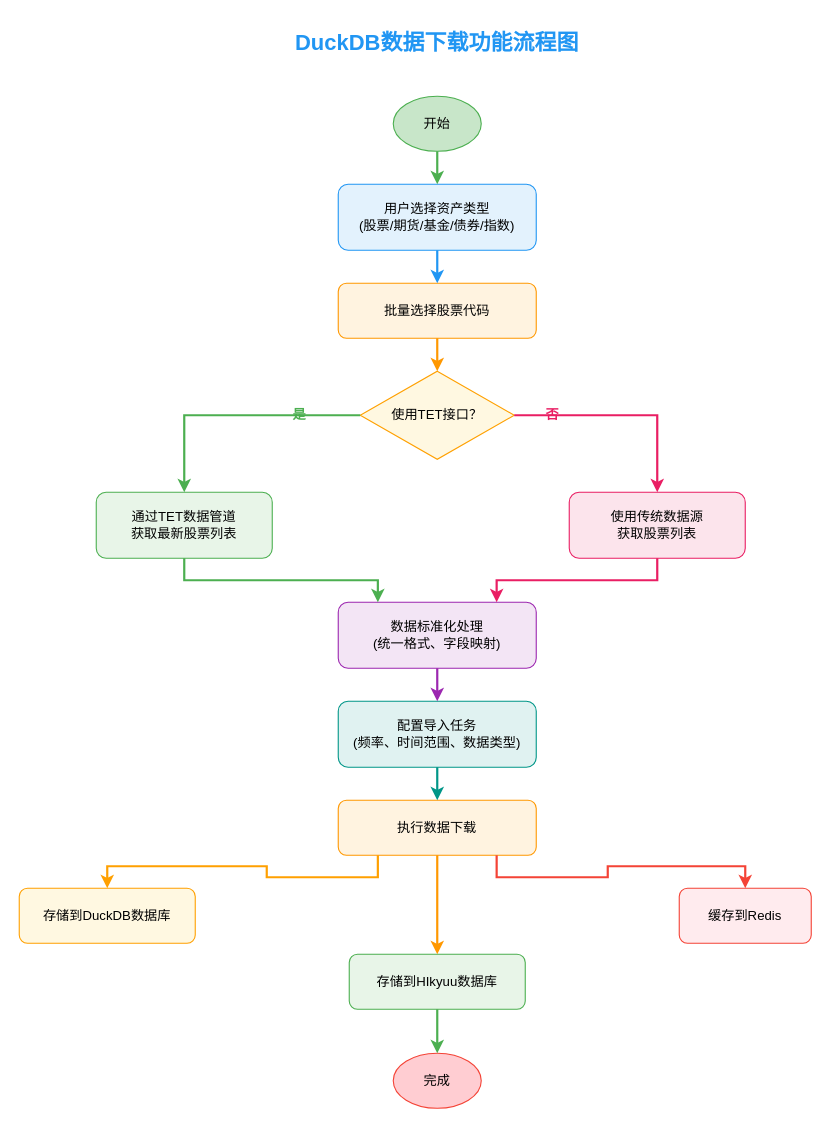
Earlier version of the draw.io diagram page "DuckDB数据下载流程" (2 of 4) of drawio/DuckDB_TET_Framework_Architecture.drawio (kzqq092-png/houta). Source tidied: cells renumbered, new cells numbered last; positions are measured from the earlier drawing's top-left corner, leaving out a move shared by most shapes. Both pictures are drawn from the tidied source at 110%, with x=0, y=0 at pixel (19, 19).
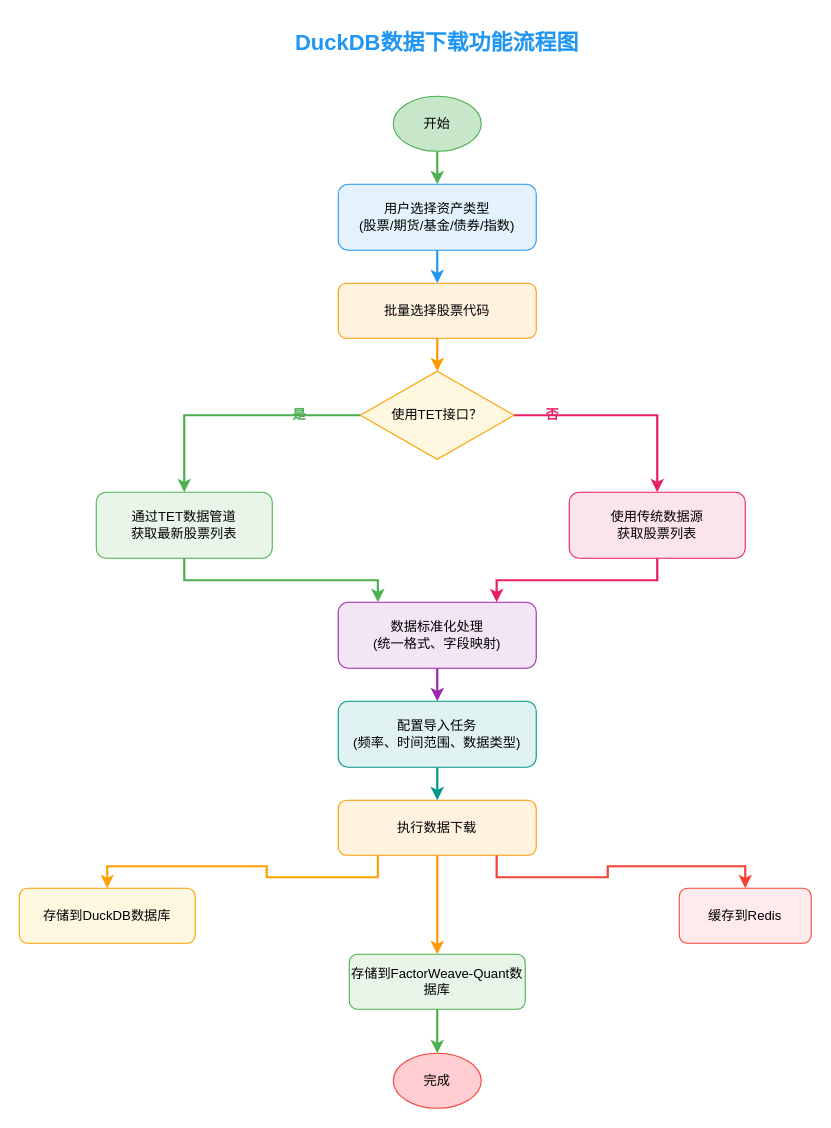
After the change.

Change to the diagram source:
```diff
@@
-    <mxCell id="13" value="存储到HIkyuu数据库" style="rounded=1;whiteSpace=wrap;html=1;fillColor=#e8f5e8;strokeColor=#4caf50;fontColor=#000000;" parent="1" vertex="1">
+    <mxCell id="13" value="存储到FactorWeave-Quant数据库" style="rounded=1;whiteSpace=wrap;html=1;fillColor=#e8f5e8;strokeColor=#4caf50;fontColor=#000000;" parent="1" vertex="1">
       <mxGeometry x="300" y="850" width="160" height="50" as="geometry" />
     </mxCell>
```
